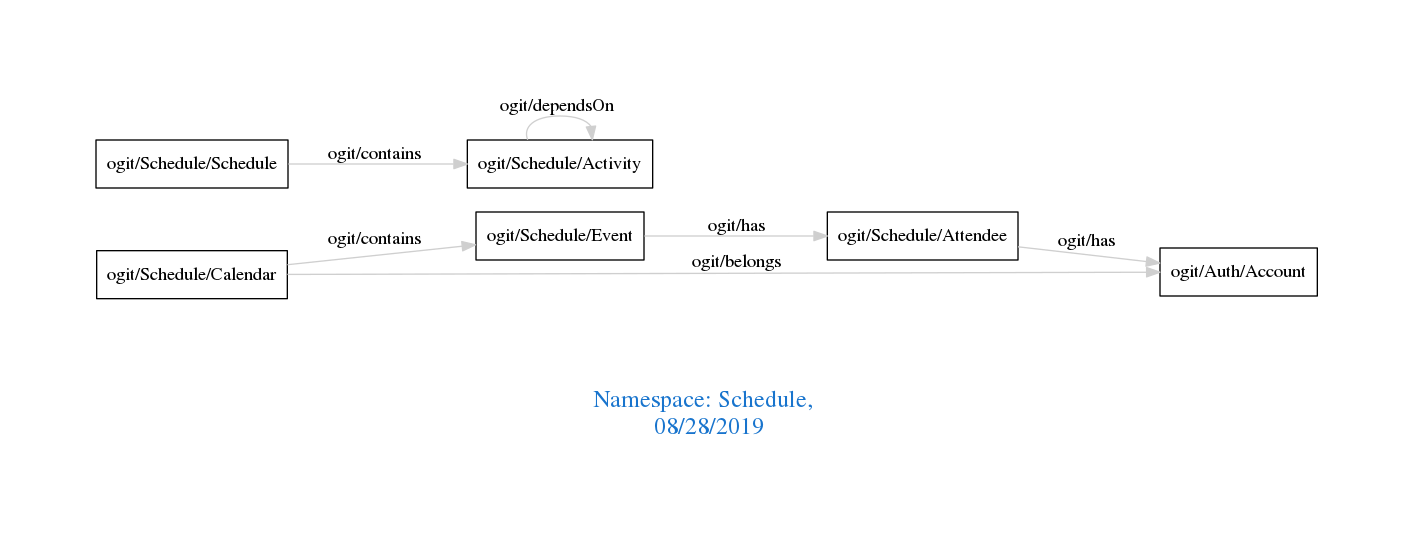
Before: downloads/Schedule.png, a diagram exported from Graphviz (arago/OGIT). Its source is kept beside it as downloads/Schedule.dot.
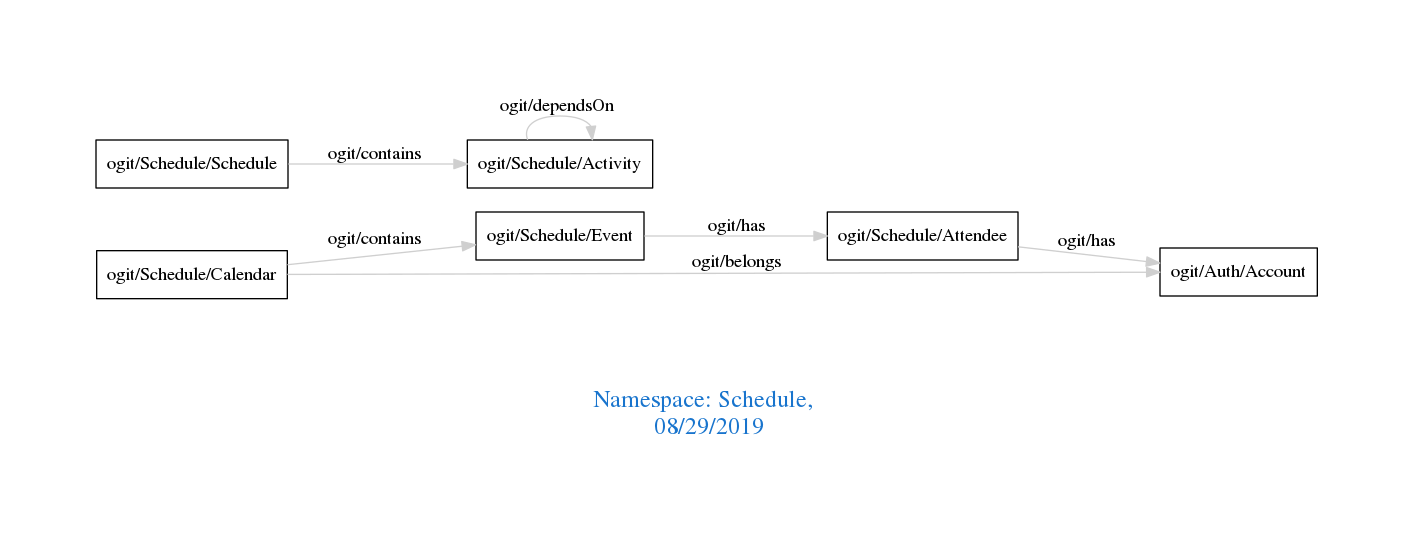
The same file after the commit.

What changed in the source:
```diff
@@ -1,7 +1,7 @@
 digraph OGIT_ontology {
  graph [ rankdir= LR,pad=1
 fontsize = 18,
-fontcolor= dodgerblue3,label = "\n\n\nNamespace: Schedule, \n 08/28/2019"];
+fontcolor= dodgerblue3,label = "\n\n\nNamespace: Schedule, \n 08/29/2019"];
 node[shape=polygon];
 edge [  color="gray81"];
 
```
